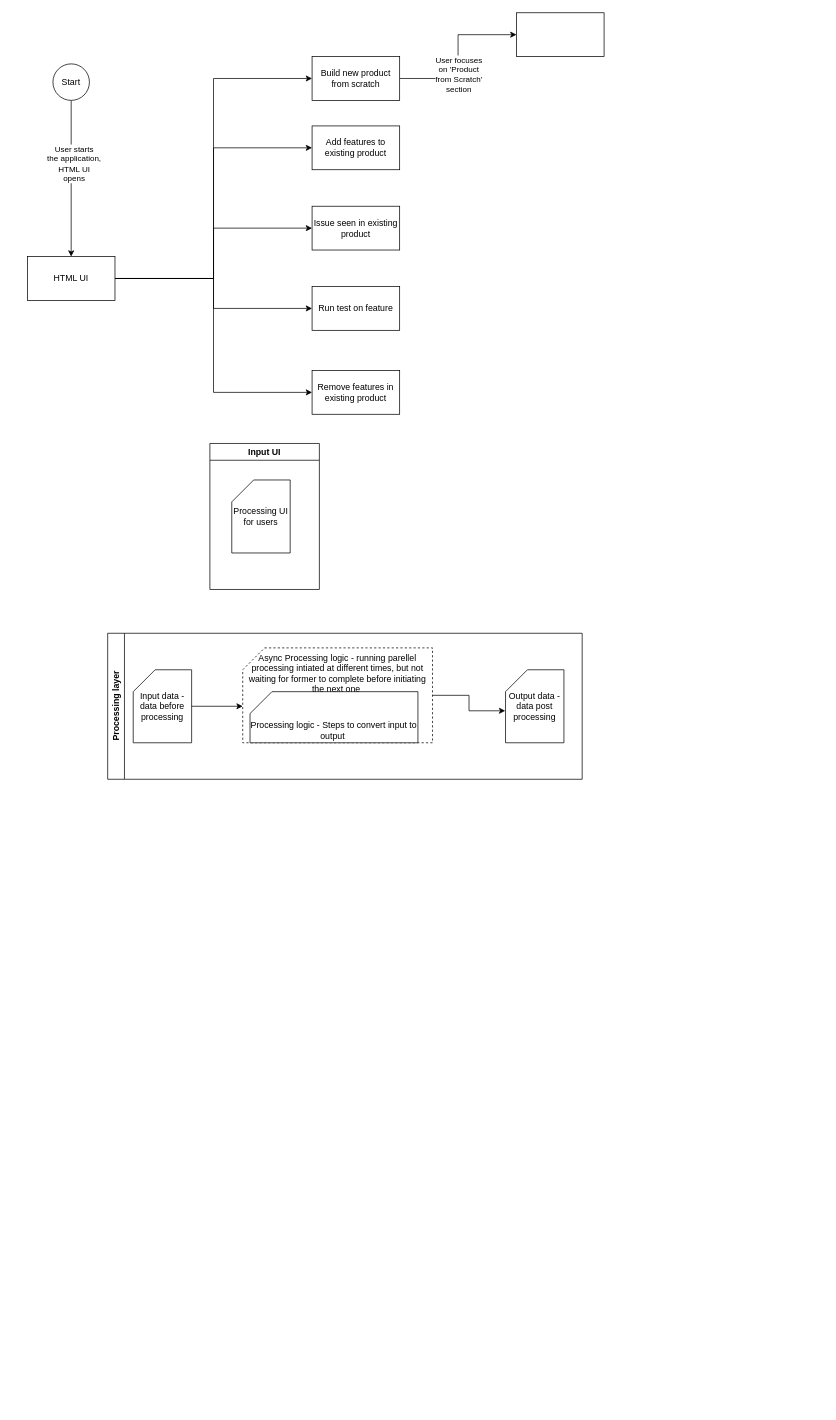
Above: page "Product-Creation-System" (9 of 9) of My tech job description.drawio in bejoyjon/Miscelleaneous_documentation (draw.io), before the change. Source tidied: cells renumbered, new cells numbered last; positions are measured from the earlier drawing's top-left corner, leaving out a move shared by most shapes. Both pictures are drawn from the tidied source at 73%, with x=0, y=0 at pixel (27, 12).
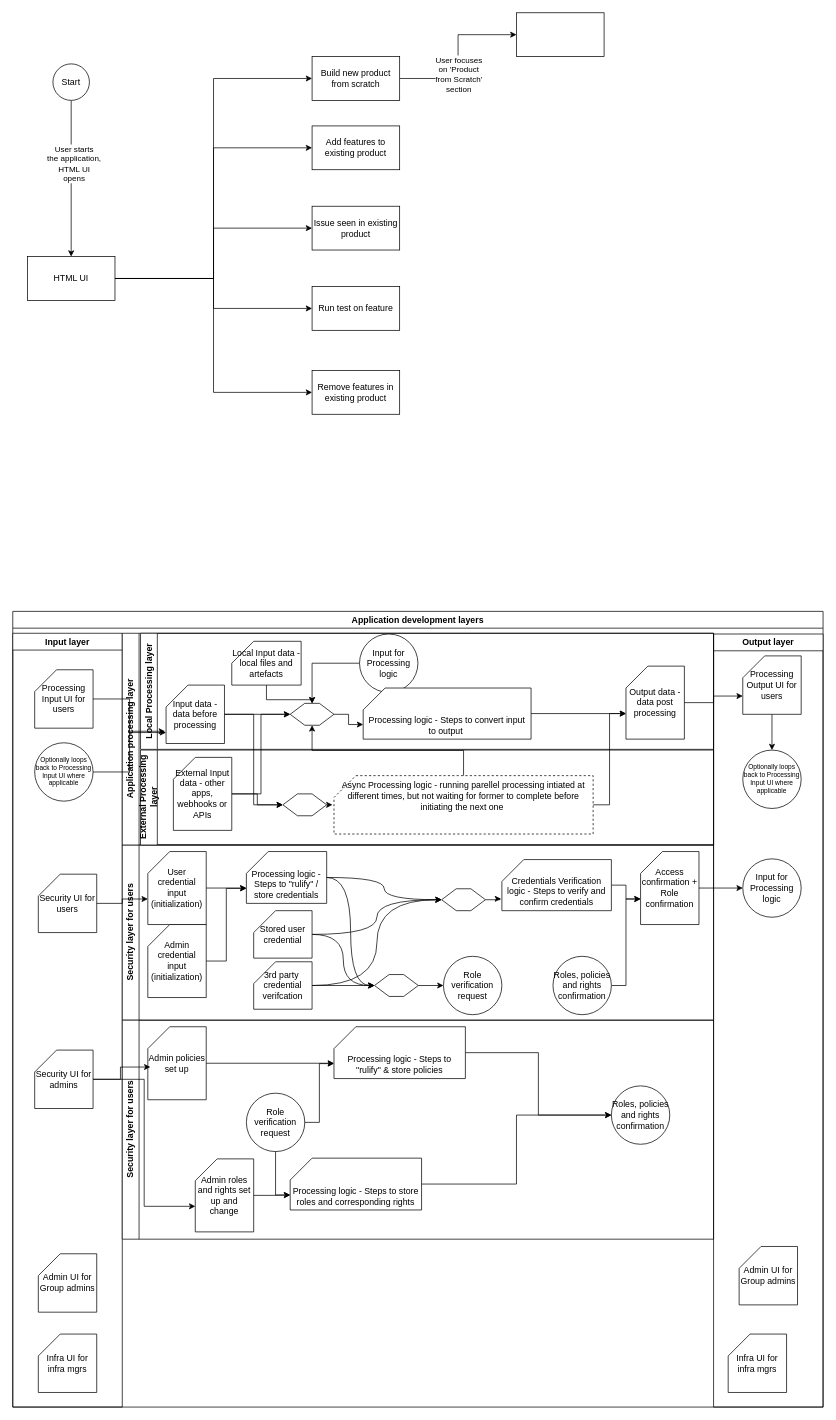
Above is the later version.

The edit, as a diff of the source:
```diff
@@
+    <mxCell id="29" value="Application development layers" style="swimlane;whiteSpace=wrap;html=1;" parent="1" vertex="1">
+      <mxGeometry x="-20" y="820" width="1110" height="1090" as="geometry" />
+    </mxCell>
+    <mxCell id="27" value="Input layer" style="swimlane;whiteSpace=wrap;html=1;" parent="29" vertex="1">
+      <mxGeometry y="30" width="150" height="1060" as="geometry" />
+    </mxCell>
+    <mxCell id="28" value="Processing Input UI for users" style="shape=card;whiteSpace=wrap;html=1;" parent="27" vertex="1">
+      <mxGeometry x="30" y="50" width="80" height="80" as="geometry" />
+    </mxCell>
+    <mxCell id="30" value="Security UI for users" style="shape=card;whiteSpace=wrap;html=1;" parent="27" vertex="1">
+      <mxGeometry x="35" y="330" width="80" height="80" as="geometry" />
+    </mxCell>
+    <mxCell id="31" value="Admin UI for Group admins" style="shape=card;whiteSpace=wrap;html=1;" parent="27" vertex="1">
+      <mxGeometry x="35" y="850" width="80" height="80" as="geometry" />
+    </mxCell>
+    <mxCell id="32" value="Security UI for admins" style="shape=card;whiteSpace=wrap;html=1;" parent="27" vertex="1">
+      <mxGeometry x="30" y="571" width="80" height="80" as="geometry" />
+    </mxCell>
+    <mxCell id="33" value="Infra UI for infra mgrs" style="shape=card;whiteSpace=wrap;html=1;" parent="27" vertex="1">
+      <mxGeometry x="35" y="960" width="80" height="80" as="geometry" />
+    </mxCell>
+    <mxCell id="34" value="Optionally loops back to Processing Input UI where applicable" style="ellipse;whiteSpace=wrap;html=1;fontSize=9;" parent="27" vertex="1">
+      <mxGeometry x="30" y="150" width="80" height="80" as="geometry" />
+    </mxCell>
+    <mxCell id="35" value="Security layer for users" style="swimlane;horizontal=0;whiteSpace=wrap;html=1;" parent="29" vertex="1">
+      <mxGeometry x="150" y="320" width="810" height="240" as="geometry" />
+    </mxCell>
+    <mxCell id="36" value="User credential input (initialization)" style="shape=card;whiteSpace=wrap;html=1;" parent="35" vertex="1">
+      <mxGeometry x="35" y="9" width="80" height="100" as="geometry" />
+    </mxCell>
+    <mxCell id="37" value="Access confirmation + Role confirmation" style="shape=card;whiteSpace=wrap;html=1;" parent="35" vertex="1">
+      <mxGeometry x="710" y="9" width="80" height="100" as="geometry" />
+    </mxCell>
+    <mxCell id="38" style="edgeStyle=orthogonalEdgeStyle;rounded=0;jettySize=auto;html=1;exitX=1;exitY=0.5;exitDx=0;exitDy=0;exitPerimeter=0;entryX=0;entryY=0;entryDx=0;entryDy=50;entryPerimeter=0;" parent="35" edge="1" source="36" target="41">
+      <mxGeometry relative="1" as="geometry" />
+    </mxCell>
+    <mxCell id="39" style="edgeStyle=orthogonalEdgeStyle;rounded=0;jettySize=auto;html=1;entryX=0;entryY=0;entryDx=0;entryDy=65;entryPerimeter=0;exitX=1;exitY=0.5;exitDx=0;exitDy=0;exitPerimeter=0;" parent="35" edge="1" source="42" target="37">
+      <mxGeometry relative="1" as="geometry" />
+    </mxCell>
+    <mxCell id="40" style="rounded=0;jettySize=auto;html=1;entryX=0;entryY=0.5;entryDx=0;entryDy=0;edgeStyle=orthogonalEdgeStyle;curved=1;" parent="35" edge="1" source="41" target="56">
+      <mxGeometry relative="1" as="geometry" />
+    </mxCell>
+    <mxCell id="41" value="Processing logic - Steps to &quot;rulify&quot; / store credentials" style="shape=card;whiteSpace=wrap;html=1;verticalAlign=bottom;spacingTop=0;spacingLeft=2;spacingRight=2;spacingBottom=2;" parent="35" vertex="1">
+      <mxGeometry x="170" y="9" width="110" height="71" as="geometry" />
+    </mxCell>
+    <mxCell id="42" value="Credentials Verification logic - Steps to verify and confirm credentials" style="shape=card;whiteSpace=wrap;html=1;verticalAlign=bottom;spacingTop=0;spacingLeft=2;spacingRight=2;spacingBottom=2;" parent="35" vertex="1">
+      <mxGeometry x="520" y="20" width="150" height="70" as="geometry" />
+    </mxCell>
+    <mxCell id="43" style="edgeStyle=orthogonalEdgeStyle;rounded=0;jettySize=auto;html=1;entryX=0;entryY=0.5;entryDx=0;entryDy=0;exitX=1;exitY=0.5;exitDx=0;exitDy=0;exitPerimeter=0;curved=1;" parent="35" edge="1" source="41" target="54">
+      <mxGeometry relative="1" as="geometry" />
+    </mxCell>
+    <mxCell id="44" style="edgeStyle=orthogonalEdgeStyle;rounded=0;jettySize=auto;html=1;entryX=0;entryY=0;entryDx=0;entryDy=65;entryPerimeter=0;exitX=1;exitY=0.5;exitDx=0;exitDy=0;" parent="35" edge="1" source="58" target="37">
+      <mxGeometry relative="1" as="geometry" />
+    </mxCell>
+    <mxCell id="45" style="edgeStyle=orthogonalEdgeStyle;rounded=0;jettySize=auto;html=1;entryX=0;entryY=0.5;entryDx=0;entryDy=0;curved=1;" parent="35" edge="1" source="47" target="56">
+      <mxGeometry relative="1" as="geometry" />
+    </mxCell>
+    <mxCell id="46" style="edgeStyle=orthogonalEdgeStyle;rounded=0;jettySize=auto;html=1;entryX=0;entryY=0.5;entryDx=0;entryDy=0;curved=1;" parent="35" edge="1" source="47" target="54">
+      <mxGeometry relative="1" as="geometry" />
+    </mxCell>
+    <mxCell id="47" value="Stored user credential" style="shape=card;whiteSpace=wrap;html=1;" parent="35" vertex="1">
+      <mxGeometry x="180" y="90" width="80" height="65" as="geometry" />
+    </mxCell>
+    <mxCell id="48" style="edgeStyle=orthogonalEdgeStyle;rounded=0;jettySize=auto;html=1;exitX=1;exitY=0.5;exitDx=0;exitDy=0;exitPerimeter=0;entryX=0;entryY=0.5;entryDx=0;entryDy=0;" parent="35" edge="1" source="54" target="53">
+      <mxGeometry relative="1" as="geometry" />
+    </mxCell>
+    <mxCell id="49" style="rounded=0;jettySize=auto;html=1;entryX=0;entryY=0.5;entryDx=0;entryDy=0;edgeStyle=orthogonalEdgeStyle;curved=1;" parent="35" edge="1" source="50" target="56">
+      <mxGeometry relative="1" as="geometry" />
+    </mxCell>
+    <mxCell id="50" value="3rd party&amp;nbsp; credential verifcation" style="shape=card;whiteSpace=wrap;html=1;" parent="35" vertex="1">
+      <mxGeometry x="180" y="160" width="80" height="65" as="geometry" />
+    </mxCell>
+    <mxCell id="51" value="Admin credential input (initialization)" style="shape=card;whiteSpace=wrap;html=1;" parent="35" vertex="1">
+      <mxGeometry x="35" y="109" width="80" height="100" as="geometry" />
+    </mxCell>
+    <mxCell id="52" style="edgeStyle=orthogonalEdgeStyle;rounded=0;jettySize=auto;html=1;entryX=0;entryY=0;entryDx=0;entryDy=50.5;entryPerimeter=0;" parent="35" edge="1" source="51" target="41">
+      <mxGeometry relative="1" as="geometry" />
+    </mxCell>
+    <mxCell id="53" value="Role verification request" style="ellipse;whiteSpace=wrap;html=1;" parent="35" vertex="1">
+      <mxGeometry x="440" y="152.5" width="80" height="80" as="geometry" />
+    </mxCell>
+    <mxCell id="54" style="shape=hexagon;perimeter=hexagonPerimeter2;whiteSpace=wrap;html=1;fixedSize=1;" parent="35" vertex="1">
+      <mxGeometry x="345.5" y="177.5" width="60" height="30" as="geometry" />
+    </mxCell>
+    <mxCell id="55" style="edgeStyle=orthogonalEdgeStyle;rounded=0;jettySize=auto;html=1;exitX=1;exitY=0.5;exitDx=0;exitDy=0;exitPerimeter=0;entryX=0;entryY=0.5;entryDx=0;entryDy=0;" parent="35" edge="1" source="50" target="54">
+      <mxGeometry relative="1" as="geometry" />
+    </mxCell>
+    <mxCell id="56" style="shape=hexagon;perimeter=hexagonPerimeter2;whiteSpace=wrap;html=1;fixedSize=1;" parent="35" vertex="1">
+      <mxGeometry x="437.5" y="60" width="60" height="30" as="geometry" />
+    </mxCell>
+    <mxCell id="57" style="edgeStyle=orthogonalEdgeStyle;rounded=0;jettySize=auto;html=1;entryX=-0.008;entryY=0.767;entryDx=0;entryDy=0;entryPerimeter=0;" parent="35" edge="1" source="56" target="42">
+      <mxGeometry relative="1" as="geometry" />
+    </mxCell>
+    <mxCell id="58" value="Roles, policies and rights confirmation" style="ellipse;whiteSpace=wrap;html=1;" parent="35" vertex="1">
+      <mxGeometry x="590" y="152.5" width="80" height="80" as="geometry" />
+    </mxCell>
+    <mxCell id="59" value="Output layer" style="swimlane;whiteSpace=wrap;html=1;" parent="29" vertex="1">
+      <mxGeometry x="960" y="31" width="150" height="1059" as="geometry" />
+    </mxCell>
+    <mxCell id="60" style="edgeStyle=orthogonalEdgeStyle;rounded=0;jettySize=auto;html=1;" parent="59" edge="1" source="61" target="65">
+      <mxGeometry relative="1" as="geometry" />
+    </mxCell>
+    <mxCell id="61" value="Processing Output UI for users" style="shape=card;whiteSpace=wrap;html=1;" parent="59" vertex="1">
+      <mxGeometry x="40" y="30" width="80" height="80" as="geometry" />
+    </mxCell>
+    <mxCell id="62" value="Admin UI for Group admins" style="shape=card;whiteSpace=wrap;html=1;" parent="59" vertex="1">
+      <mxGeometry x="35" y="839" width="80" height="80" as="geometry" />
+    </mxCell>
+    <mxCell id="63" value="Infra UI for infra mgrs" style="shape=card;whiteSpace=wrap;html=1;" parent="59" vertex="1">
+      <mxGeometry x="20" y="959" width="80" height="80" as="geometry" />
+    </mxCell>
+    <mxCell id="64" value="Input for Processing logic" style="ellipse;whiteSpace=wrap;html=1;" parent="59" vertex="1">
+      <mxGeometry x="40" y="308" width="80" height="80" as="geometry" />
+    </mxCell>
+    <mxCell id="65" value="Optionally loops back to Processing Input UI where applicable" style="ellipse;whiteSpace=wrap;html=1;fontSize=9;" parent="59" vertex="1">
+      <mxGeometry x="40" y="159" width="80" height="80" as="geometry" />
+    </mxCell>
+    <mxCell id="66" value="Application processing layer" style="swimlane;horizontal=0;whiteSpace=wrap;html=1;" parent="29" vertex="1">
+      <mxGeometry x="150" y="30" width="810" height="290" as="geometry" />
+    </mxCell>
-    <mxCell id="19" value="Processing layer" style="swimlane;horizontal=0;whiteSpace=wrap;html=1;" parent="1" vertex="1">
-      <mxGeometry x="110" y="850" width="650" height="200" as="geometry" />
+    <mxCell id="19" value="Local Processing layer" style="swimlane;horizontal=0;whiteSpace=wrap;html=1;" parent="66" vertex="1">
+      <mxGeometry x="25" width="785" height="159" as="geometry" />
     </mxCell>
     <mxCell id="20" value="Input data - data before processing" style="shape=card;whiteSpace=wrap;html=1;" parent="19" vertex="1">
-      <mxGeometry x="35" y="50" width="80" height="100" as="geometry" />
+      <mxGeometry x="35" y="71" width="80" height="80" as="geometry" />
     </mxCell>
     <mxCell id="21" value="Output data - data post processing" style="shape=card;whiteSpace=wrap;html=1;" parent="19" vertex="1">
-      <mxGeometry x="545" y="50" width="80" height="100" as="geometry" />
+      <mxGeometry x="665" y="45" width="80" height="100" as="geometry" />
     </mxCell>
-    <mxCell id="22" style="group;dashed=1;" parent="19" vertex="1">
-      <mxGeometry x="185" y="20" width="260" height="130" as="geometry" />
-    </mxCell>
+    <mxCell id="26" style="edgeStyle=orthogonalEdgeStyle;rounded=0;jettySize=auto;html=1;exitX=1;exitY=0.5;exitDx=0;exitDy=0;exitPerimeter=0;entryX=0;entryY=0;entryDx=0;entryDy=65;entryPerimeter=0;" parent="19" edge="1" source="24" target="21">
+      <mxGeometry relative="1" as="geometry" />
+    </mxCell>
+    <mxCell id="67" style="shape=hexagon;perimeter=hexagonPerimeter2;whiteSpace=wrap;html=1;fixedSize=1;" parent="19" vertex="1">
+      <mxGeometry x="205" y="96" width="60" height="30" as="geometry" />
+    </mxCell>
+    <mxCell id="25" style="edgeStyle=orthogonalEdgeStyle;rounded=0;jettySize=auto;html=1;exitX=1;exitY=0.5;exitDx=0;exitDy=0;exitPerimeter=0;entryX=0;entryY=0.5;entryDx=0;entryDy=0;" parent="19" edge="1" source="20" target="67">
+      <mxGeometry relative="1" as="geometry" />
+    </mxCell>
+    <mxCell id="68" style="edgeStyle=orthogonalEdgeStyle;rounded=0;jettySize=auto;html=1;entryX=0;entryY=0;entryDx=0;entryDy=50;entryPerimeter=0;" parent="19" edge="1" source="67" target="24">
+      <mxGeometry relative="1" as="geometry" />
+    </mxCell>
+    <mxCell id="69" style="edgeStyle=orthogonalEdgeStyle;rounded=0;jettySize=auto;html=1;exitX=0.5;exitY=1;exitDx=0;exitDy=0;exitPerimeter=0;entryX=0.5;entryY=0;entryDx=0;entryDy=0;" parent="19" edge="1" source="70" target="67">
+      <mxGeometry relative="1" as="geometry" />
+    </mxCell>
+    <mxCell id="70" value="Local Input data - local files and artefacts" style="shape=card;whiteSpace=wrap;html=1;" parent="19" vertex="1">
+      <mxGeometry x="125" y="11" width="95" height="60" as="geometry" />
+    </mxCell>
+    <mxCell id="71" style="edgeStyle=orthogonalEdgeStyle;rounded=0;jettySize=auto;html=1;exitX=0;exitY=0.5;exitDx=0;exitDy=0;entryX=0.5;entryY=0;entryDx=0;entryDy=0;" parent="19" edge="1" source="72" target="67">
+      <mxGeometry relative="1" as="geometry" />
+    </mxCell>
+    <mxCell id="72" value="Input for Processing logic" style="ellipse;whiteSpace=wrap;html=1;" parent="19" vertex="1">
+      <mxGeometry x="300" y="1" width="80" height="80" as="geometry" />
+    </mxCell>
+    <mxCell id="24" value="Processing logic - Steps to convert input to output&amp;nbsp;" style="shape=card;whiteSpace=wrap;html=1;verticalAlign=bottom;spacingTop=0;spacingLeft=2;spacingRight=2;spacingBottom=2;" parent="19" vertex="1">
+      <mxGeometry x="305" y="75" width="230" height="70" as="geometry" />
+    </mxCell>
+    <mxCell id="73" value="External Processing layer" style="swimlane;horizontal=0;whiteSpace=wrap;html=1;" parent="66" vertex="1">
+      <mxGeometry x="25" y="160" width="785" height="130" as="geometry" />
+    </mxCell>
+    <mxCell id="74" style="group;dashed=1;" parent="73" vertex="1">
+      <mxGeometry x="195" y="50" width="355" height="80" as="geometry" />
+    </mxCell>
-    <mxCell id="23" value="Async Processing logic - running parellel processing intiated at different times, but not waiting for former to complete before initiating the next one&amp;nbsp;" style="shape=card;whiteSpace=wrap;html=1;verticalAlign=top;dashed=1;" parent="22" vertex="1">
-      <mxGeometry width="260" height="130" as="geometry" />
+    <mxCell id="23" value="Async Processing logic - running parellel processing intiated at different times, but not waiting for former to complete before initiating the next one&amp;nbsp;" style="shape=card;whiteSpace=wrap;html=1;verticalAlign=top;dashed=1;" parent="74" vertex="1">
+      <mxGeometry x="70" y="-15" width="355" height="80" as="geometry" />
     </mxCell>
-    <mxCell id="24" value="Processing logic - Steps to convert input to output&amp;nbsp;" style="shape=card;whiteSpace=wrap;html=1;verticalAlign=bottom;" parent="22" vertex="1">
-      <mxGeometry x="10" y="60" width="230" height="70" as="geometry" />
-    </mxCell>
-    <mxCell id="25" style="edgeStyle=orthogonalEdgeStyle;rounded=0;jettySize=auto;html=1;exitX=1;exitY=0.5;exitDx=0;exitDy=0;exitPerimeter=0;entryX=0;entryY=0;entryDx=0;entryDy=80;entryPerimeter=0;" parent="19" edge="1" source="20" target="23">
-      <mxGeometry relative="1" as="geometry" />
-    </mxCell>
-    <mxCell id="26" style="edgeStyle=orthogonalEdgeStyle;rounded=0;jettySize=auto;html=1;entryX=-0.005;entryY=0.562;entryDx=0;entryDy=0;entryPerimeter=0;exitX=1;exitY=0.5;exitDx=0;exitDy=0;exitPerimeter=0;" parent="19" edge="1" source="23" target="21">
-      <mxGeometry relative="1" as="geometry" />
-    </mxCell>
-    <mxCell id="27" value="Input UI" style="swimlane;whiteSpace=wrap;html=1;" parent="1" vertex="1">
-      <mxGeometry x="250" y="590" width="150" height="200" as="geometry" />
-    </mxCell>
-    <mxCell id="28" value="Processing UI for users" style="shape=card;whiteSpace=wrap;html=1;" parent="27" vertex="1">
-      <mxGeometry x="30" y="50" width="80" height="100" as="geometry" />
-    </mxCell>
+    <mxCell id="75" style="shape=hexagon;perimeter=hexagonPerimeter2;whiteSpace=wrap;html=1;fixedSize=1;" parent="74" vertex="1">
+      <mxGeometry y="10" width="60" height="30" as="geometry" />
+    </mxCell>
+    <mxCell id="76" style="edgeStyle=orthogonalEdgeStyle;rounded=0;jettySize=auto;html=1;exitX=1;exitY=0.5;exitDx=0;exitDy=0;entryX=-0.006;entryY=0.498;entryDx=0;entryDy=0;entryPerimeter=0;" parent="74" edge="1" source="75" target="23">
+      <mxGeometry relative="1" as="geometry" />
+    </mxCell>
+    <mxCell id="77" style="edgeStyle=orthogonalEdgeStyle;rounded=0;jettySize=auto;html=1;entryX=0;entryY=0.5;entryDx=0;entryDy=0;" parent="73" edge="1" source="78" target="75">
+      <mxGeometry relative="1" as="geometry" />
+    </mxCell>
+    <mxCell id="78" value="External Input data - other apps, webhooks or APIs" style="shape=card;whiteSpace=wrap;html=1;" parent="73" vertex="1">
+      <mxGeometry x="45" y="10" width="80" height="100" as="geometry" />
+    </mxCell>
+    <mxCell id="79" style="edgeStyle=orthogonalEdgeStyle;rounded=0;jettySize=auto;html=1;entryX=0;entryY=0.5;entryDx=0;entryDy=0;" parent="66" edge="1" source="20" target="75">
+      <mxGeometry relative="1" as="geometry" />
+    </mxCell>
+    <mxCell id="80" style="edgeStyle=orthogonalEdgeStyle;rounded=0;jettySize=auto;html=1;exitX=1;exitY=0.5;exitDx=0;exitDy=0;exitPerimeter=0;entryX=0;entryY=0;entryDx=0;entryDy=65;entryPerimeter=0;" parent="66" edge="1" source="23" target="21">
+      <mxGeometry relative="1" as="geometry" />
+    </mxCell>
+    <mxCell id="81" style="edgeStyle=orthogonalEdgeStyle;rounded=0;jettySize=auto;html=1;entryX=0.5;entryY=1;entryDx=0;entryDy=0;" parent="66" edge="1" source="23" target="67">
+      <mxGeometry relative="1" as="geometry" />
+    </mxCell>
+    <mxCell id="82" style="edgeStyle=orthogonalEdgeStyle;rounded=0;jettySize=auto;html=1;entryX=0;entryY=0.5;entryDx=0;entryDy=0;" parent="66" edge="1" source="78" target="67">
+      <mxGeometry relative="1" as="geometry" />
+    </mxCell>
+    <mxCell id="83" style="edgeStyle=orthogonalEdgeStyle;rounded=0;jettySize=auto;html=1;entryX=0;entryY=0;entryDx=0;entryDy=55;entryPerimeter=0;exitX=1;exitY=0.5;exitDx=0;exitDy=0;exitPerimeter=0;" parent="29" edge="1" source="21" target="61">
+      <mxGeometry relative="1" as="geometry" />
+    </mxCell>
+    <mxCell id="84" style="edgeStyle=orthogonalEdgeStyle;rounded=0;jettySize=auto;html=1;entryX=0;entryY=0;entryDx=0;entryDy=65;entryPerimeter=0;jumpStyle=gap;" parent="29" edge="1" source="28" target="20">
+      <mxGeometry relative="1" as="geometry" />
+    </mxCell>
+    <mxCell id="85" style="edgeStyle=orthogonalEdgeStyle;rounded=0;jettySize=auto;html=1;entryX=0;entryY=0;entryDx=0;entryDy=65;entryPerimeter=0;" parent="29" edge="1" source="30" target="36">
+      <mxGeometry relative="1" as="geometry" />
+    </mxCell>
+    <mxCell id="86" style="edgeStyle=orthogonalEdgeStyle;rounded=0;jettySize=auto;html=1;exitX=1;exitY=0.5;exitDx=0;exitDy=0;exitPerimeter=0;entryX=0;entryY=0.5;entryDx=0;entryDy=0;" parent="29" edge="1" source="37" target="64">
+      <mxGeometry relative="1" as="geometry" />
+    </mxCell>
+    <mxCell id="87" value="Security layer for users" style="swimlane;horizontal=0;whiteSpace=wrap;html=1;" parent="29" vertex="1">
+      <mxGeometry x="150" y="560" width="810" height="300" as="geometry" />
+    </mxCell>
+    <mxCell id="88" value="Admin policies set up" style="shape=card;whiteSpace=wrap;html=1;" parent="87" vertex="1">
+      <mxGeometry x="35" y="9" width="80" height="100" as="geometry" />
+    </mxCell>
+    <mxCell id="89" style="edgeStyle=orthogonalEdgeStyle;rounded=0;jettySize=auto;html=1;exitX=1;exitY=0.5;exitDx=0;exitDy=0;exitPerimeter=0;entryX=0;entryY=0;entryDx=0;entryDy=50;entryPerimeter=0;" parent="87" edge="1" source="88" target="91">
+      <mxGeometry relative="1" as="geometry" />
+    </mxCell>
+    <mxCell id="90" style="edgeStyle=orthogonalEdgeStyle;rounded=0;jettySize=auto;html=1;entryX=0;entryY=0.5;entryDx=0;entryDy=0;" parent="87" edge="1" source="91" target="98">
+      <mxGeometry relative="1" as="geometry" />
+    </mxCell>
+    <mxCell id="91" value="Processing logic - Steps to &quot;rulify&quot; &amp;amp; store policies" style="shape=card;whiteSpace=wrap;html=1;verticalAlign=bottom;spacingTop=0;spacingLeft=2;spacingRight=2;spacingBottom=2;" parent="87" vertex="1">
+      <mxGeometry x="290" y="9" width="180" height="71" as="geometry" />
+    </mxCell>
+    <mxCell id="92" value="Admin roles and rights set up and change" style="shape=card;whiteSpace=wrap;html=1;" parent="87" vertex="1">
+      <mxGeometry x="100" y="190" width="80" height="100" as="geometry" />
+    </mxCell>
+    <mxCell id="93" style="edgeStyle=orthogonalEdgeStyle;rounded=0;jettySize=auto;html=1;entryX=0;entryY=0.5;entryDx=0;entryDy=0;" parent="87" edge="1" source="94" target="98">
+      <mxGeometry relative="1" as="geometry" />
+    </mxCell>
+    <mxCell id="94" value="Processing logic - Steps to store roles and corresponding rights" style="shape=card;whiteSpace=wrap;html=1;verticalAlign=bottom;spacingTop=0;spacingLeft=2;spacingRight=2;spacingBottom=2;" parent="87" vertex="1">
+      <mxGeometry x="230" y="189" width="180" height="71" as="geometry" />
+    </mxCell>
+    <mxCell id="95" style="edgeStyle=orthogonalEdgeStyle;rounded=0;jettySize=auto;html=1;exitX=1;exitY=0.5;exitDx=0;exitDy=0;exitPerimeter=0;entryX=0;entryY=0;entryDx=0;entryDy=50.5;entryPerimeter=0;" parent="87" edge="1" source="92" target="94">
+      <mxGeometry relative="1" as="geometry" />
+    </mxCell>
+    <mxCell id="96" value="Role verification request" style="ellipse;whiteSpace=wrap;html=1;" parent="87" vertex="1">
+      <mxGeometry x="170" y="100" width="80" height="80" as="geometry" />
+    </mxCell>
+    <mxCell id="97" style="edgeStyle=orthogonalEdgeStyle;rounded=0;jettySize=auto;html=1;entryX=0;entryY=0;entryDx=0;entryDy=50.5;entryPerimeter=0;" parent="87" edge="1" source="96" target="94">
+      <mxGeometry relative="1" as="geometry" />
+    </mxCell>
+    <mxCell id="98" value="Roles, policies and rights confirmation" style="ellipse;whiteSpace=wrap;html=1;" parent="87" vertex="1">
+      <mxGeometry x="670" y="90" width="80" height="80" as="geometry" />
+    </mxCell>
+    <mxCell id="99" style="edgeStyle=orthogonalEdgeStyle;rounded=0;jettySize=auto;html=1;entryX=0;entryY=0;entryDx=0;entryDy=50.5;entryPerimeter=0;" parent="87" edge="1" source="96" target="91">
+      <mxGeometry relative="1" as="geometry" />
+    </mxCell>
+    <mxCell id="100" style="edgeStyle=orthogonalEdgeStyle;rounded=0;jettySize=auto;html=1;entryX=0.043;entryY=0.552;entryDx=0;entryDy=0;entryPerimeter=0;" parent="29" edge="1" source="32" target="88">
+      <mxGeometry relative="1" as="geometry" />
+    </mxCell>
+    <mxCell id="101" style="edgeStyle=orthogonalEdgeStyle;rounded=0;jettySize=auto;html=1;entryX=0;entryY=0;entryDx=0;entryDy=65;entryPerimeter=0;" parent="29" edge="1" source="32" target="92">
+      <mxGeometry relative="1" as="geometry" />
+    </mxCell>
+    <mxCell id="102" style="edgeStyle=orthogonalEdgeStyle;rounded=0;jettySize=auto;html=1;entryX=-0.019;entryY=0.79;entryDx=0;entryDy=0;entryPerimeter=0;" parent="29" edge="1" source="34" target="20">
+      <mxGeometry relative="1" as="geometry" />
+    </mxCell>
```
